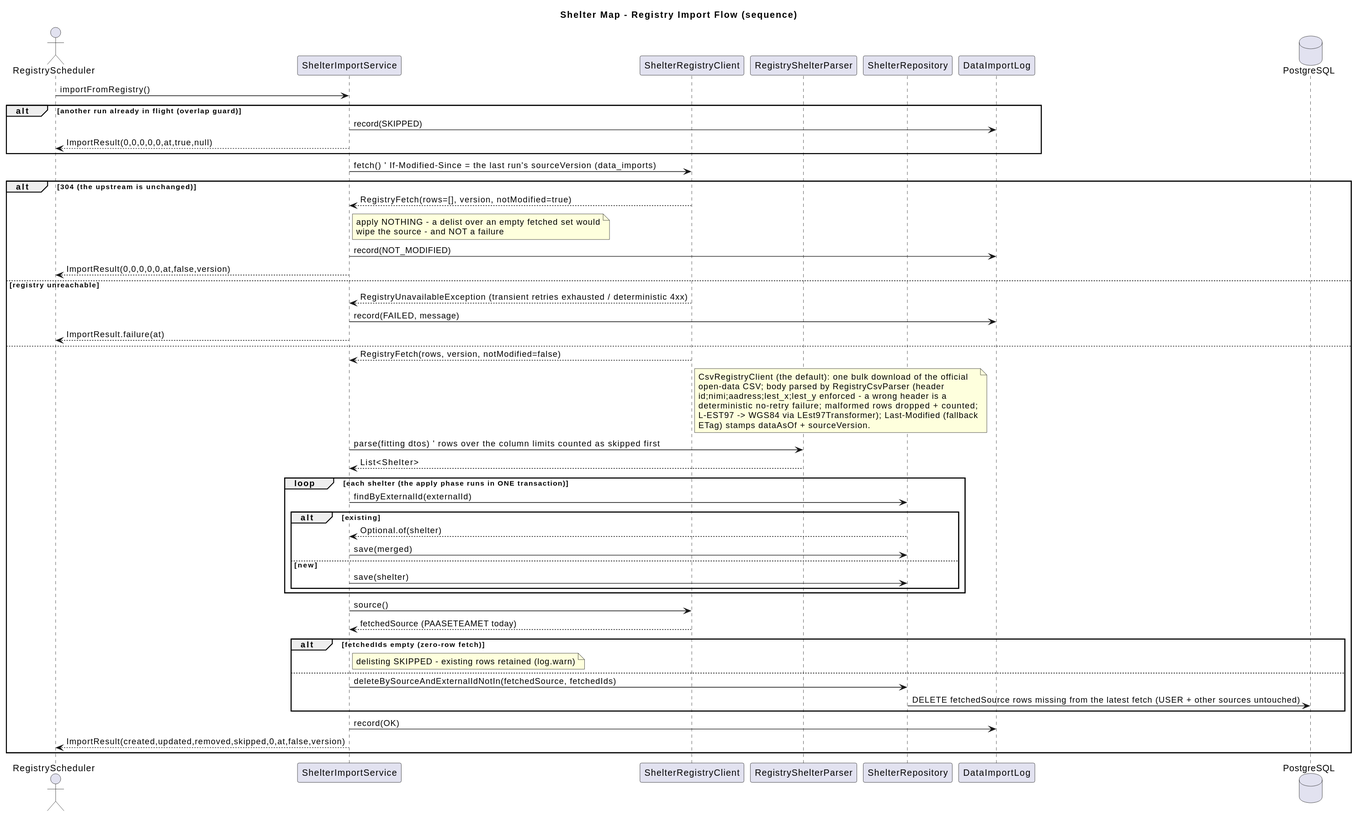
Bro223/OpenShelter keeps this PlantUML diagram as context-and-tasks/out/04-ingestion_001.svg. Above is the earlier version.
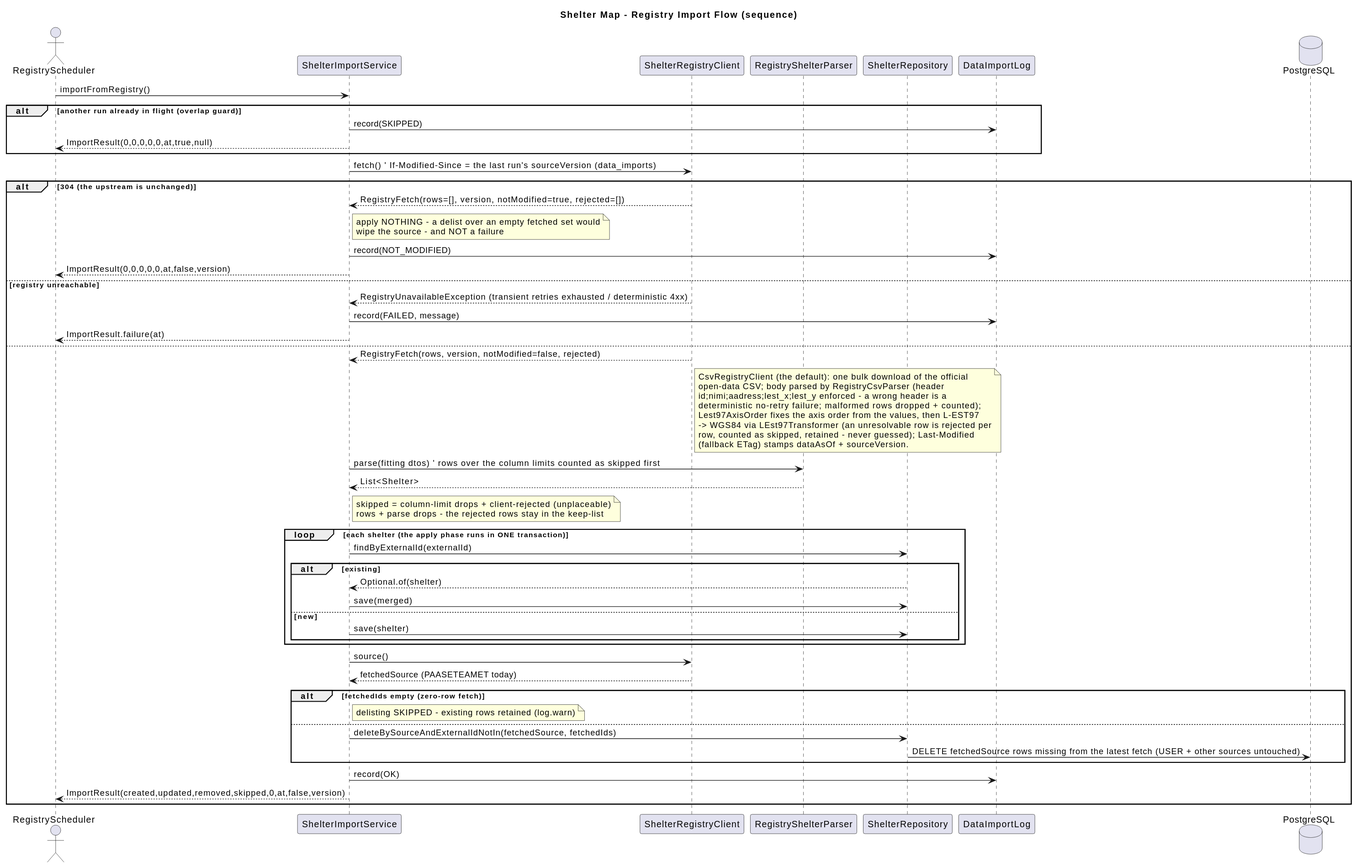
The same diagram one commit later.

What changed in the source:
```diff
@@ -15,7 +15,7 @@
 end
 SIS -> RC : fetch()   ' If-Modified-Since = the last run's sourceVersion (data_imports)
 alt 304 (the upstream is unchanged)
-  RC --> SIS : RegistryFetch(rows=[], version, notModified=true)
+  RC --> SIS : RegistryFetch(rows=[], version, notModified=true, rejected=[])
   note right of SIS
     apply NOTHING - a delist over an empty fetched set would
     wipe the source - and NOT a failure
@@ -27,17 +27,23 @@
   SIS -> LOG : record(FAILED, message)
   SIS --> RegistryScheduler : ImportResult.failure(at)
 else
-  RC --> SIS : RegistryFetch(rows, version, notModified=false)
+  RC --> SIS : RegistryFetch(rows, version, notModified=false, rejected)
   note right of RC
     CsvRegistryClient (the default): one bulk download of the official
     open-data CSV; body parsed by RegistryCsvParser (header
     id;nimi;aadress;lest_x;lest_y enforced - a wrong header is a
-    deterministic no-retry failure; malformed rows dropped + counted;
-    L-EST97 -> WGS84 via LEst97Transformer); Last-Modified (fallback
-    ETag) stamps dataAsOf + sourceVersion.
+    deterministic no-retry failure; malformed rows dropped + counted);
+    Lest97AxisOrder fixes the axis order from the values, then L-EST97
+    -> WGS84 via LEst97Transformer (an unresolvable row is rejected per
+    row, counted as skipped, retained - never guessed); Last-Modified
+    (fallback ETag) stamps dataAsOf + sourceVersion.
   end note
   SIS -> P : parse(fitting dtos)   ' rows over the column limits counted as skipped first
   P --> SIS : List<Shelter>
+  note right of SIS
+    skipped = column-limit drops + client-rejected (unplaceable)
+    rows + parse drops - the rejected rows stay in the keep-list
+  end note
   loop each shelter (the apply phase runs in ONE transaction)
     SIS -> REPO : findByExternalId(externalId)
     alt existing
```
